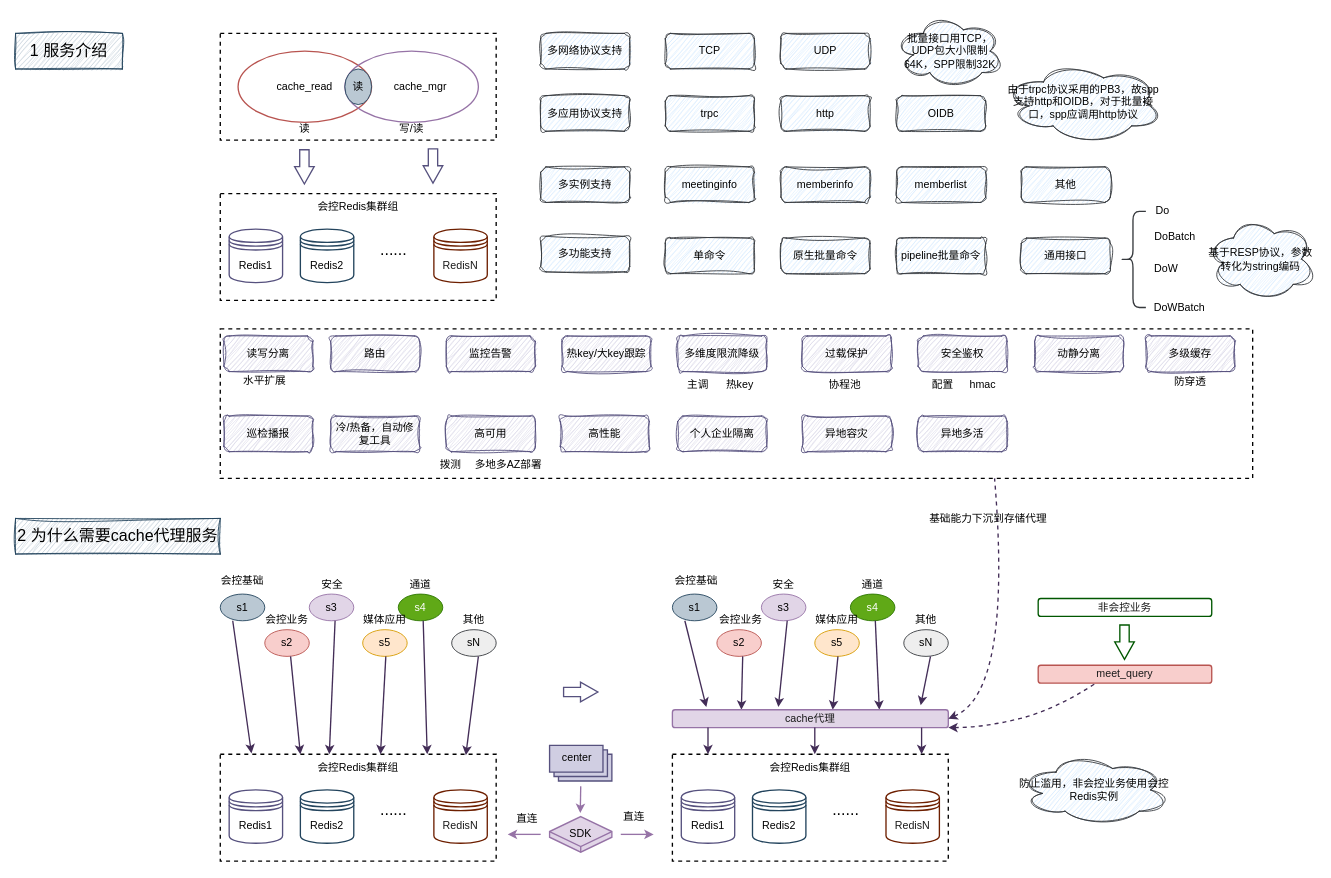
Before: base/cache架构.drawio in melonshell/draw.io, a draw.io diagram. Source tidied: cells renumbered, new cells numbered last; positions are measured from the earlier drawing's top-left corner, leaving out a move shared by most shapes. Both pictures are drawn from the tidied source at 89%, with x=0, y=0 at pixel (15, 15).
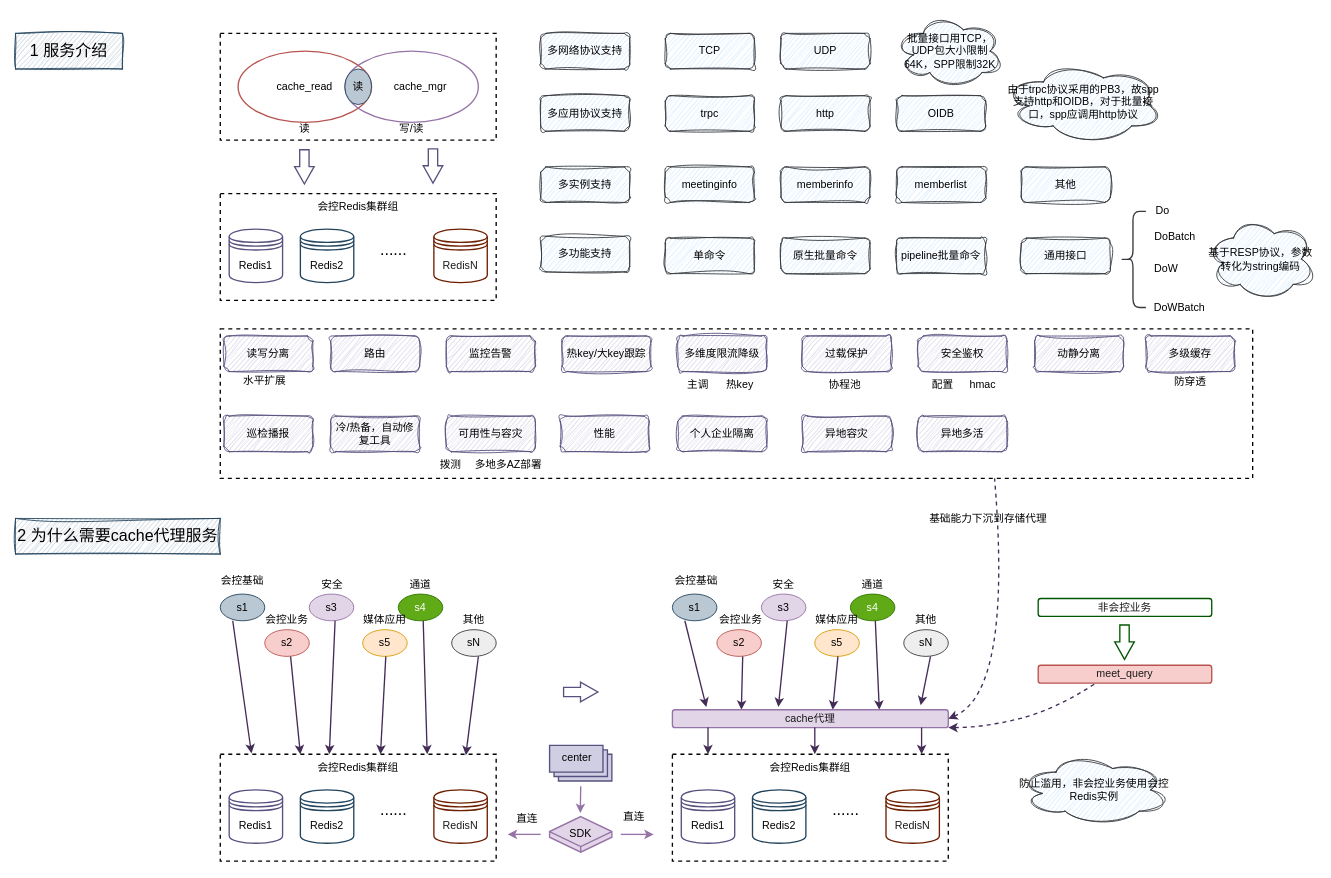
Above is the later version.

The edit, as a diff of the source:
```diff
@@
-    <mxCell id="54" value="高可用" style="rounded=1;whiteSpace=wrap;html=1;fillColor=#d0cee2;strokeColor=#56517e;sketch=1;curveFitting=1;jiggle=2;" parent="1" vertex="1">
+    <mxCell id="54" value="可用性与容灾" style="rounded=1;whiteSpace=wrap;html=1;fillColor=#d0cee2;strokeColor=#56517e;sketch=1;curveFitting=1;jiggle=2;" parent="1" vertex="1">
       <mxGeometry x="484" y="450" width="100" height="40" as="geometry" />
     </mxCell>
-    <mxCell id="55" value="高性能" style="rounded=1;whiteSpace=wrap;html=1;fillColor=#d0cee2;strokeColor=#56517e;sketch=1;curveFitting=1;jiggle=2;" parent="1" vertex="1">
+    <mxCell id="55" value="性能" style="rounded=1;whiteSpace=wrap;html=1;fillColor=#d0cee2;strokeColor=#56517e;sketch=1;curveFitting=1;jiggle=2;" parent="1" vertex="1">
       <mxGeometry x="612" y="450" width="100" height="40" as="geometry" />
     </mxCell>
```
